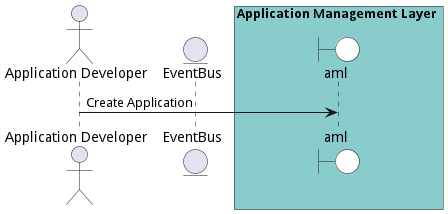
Before: docs/edgemere/aml/usecases/manageapplications/CreateApplication.png, a diagram exported from PlantUML (madajaju/edgemere). The source it was exported from:
```plantuml
@startuml

actor "Application Developer"


entity EventBus

box Application Management Layer #88cccc
    boundary aml #white
end box



"Application Developer" -> aml: Create Application



@enduml
```
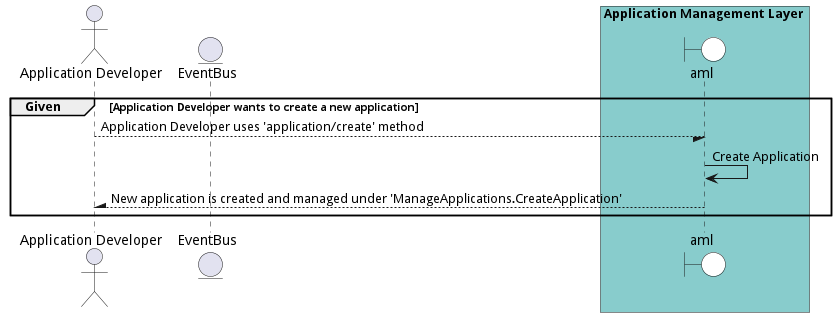
The same diagram one commit later.

The edit, as a diff of the source:
```diff
@@ -1,4 +1,5 @@
 @startuml
+
 
 actor "Application Developer"
 
@@ -10,9 +11,16 @@
 end box
 
 
+group Given [Application Developer wants to create a new application]
 
-"Application Developer" -> aml: Create Application
+"Application Developer" --/ aml: Application Developer uses &#39;application/create&#39; method
+"aml" -> aml: Create Application
 
 
 
+"Application Developer" /-- aml: New application is created and managed under &#39;ManageApplications.CreateApplication&#39;
+
+
+end
+
 @enduml
```
